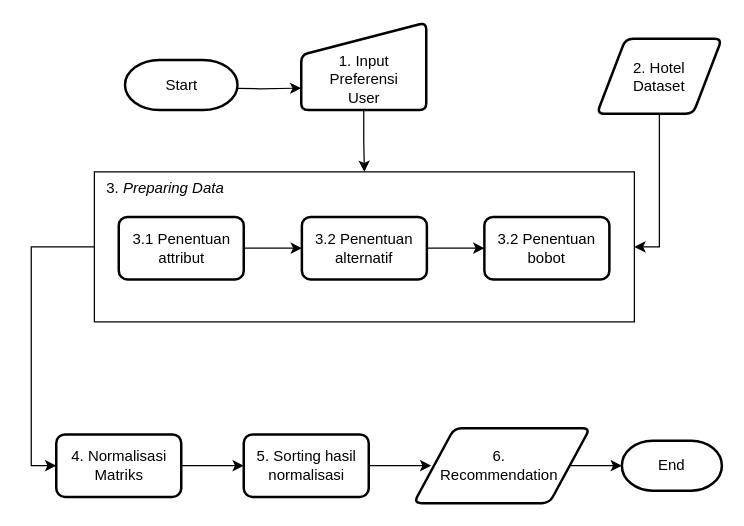
Before: DOKUMEN JURNAL/Draw.io/Versi 4.drawio in rohmanureldi/TA-Proposal, a draw.io diagram. Source tidied: cells renumbered, new cells numbered last; positions are measured from the earlier drawing's top-left corner, leaving out a move shared by most shapes. Both pictures are drawn from the tidied source at 125%, with x=0, y=0 at pixel (56, 21).
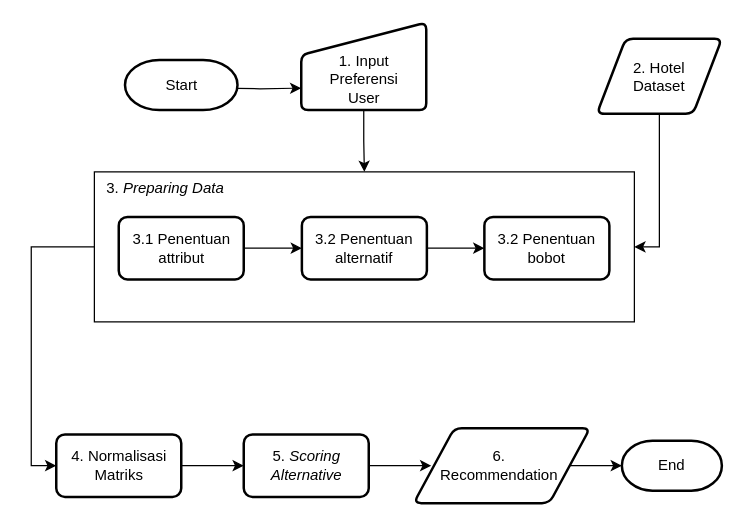
The same page after the edit.

Commit message (it also covers changes not shown here):
ini gua udah lulus, mau pindah ke versi 2 emg taikkk

Change to the diagram source:
```diff
@@
-    <mxCell id="5" value="5. Sorting hasil normalisasi" style="rounded=1;whiteSpace=wrap;html=1;absoluteArcSize=1;arcSize=14;strokeWidth=2;" parent="1" vertex="1">
+    <mxCell id="5" value="5.&lt;i&gt; Scoring Alternative&lt;/i&gt;" style="rounded=1;whiteSpace=wrap;html=1;absoluteArcSize=1;arcSize=14;strokeWidth=2;" parent="1" vertex="1">
       <mxGeometry x="149.5" y="330" width="100" height="50" as="geometry" />
     </mxCell>
```
